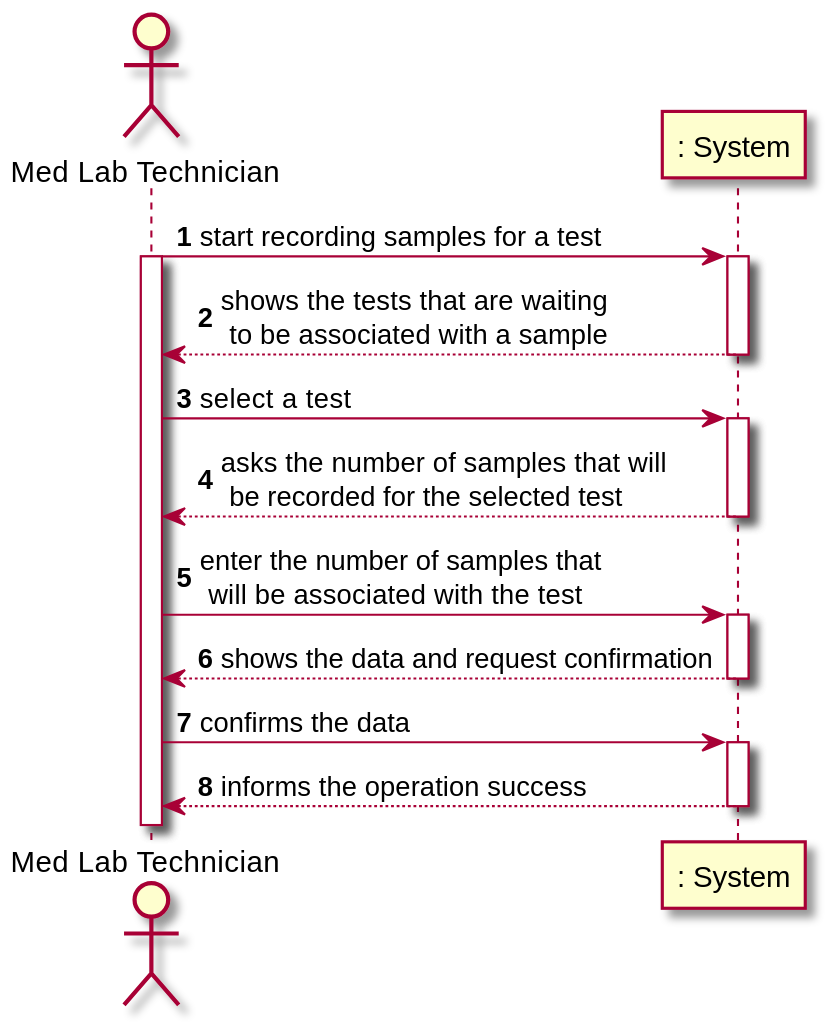
manu-07-ela/LAPR2_ISEP keeps this PlantUML diagram as docs/SprintD/SprintC/US05/US05_SSD.svg. Above is the earlier version.
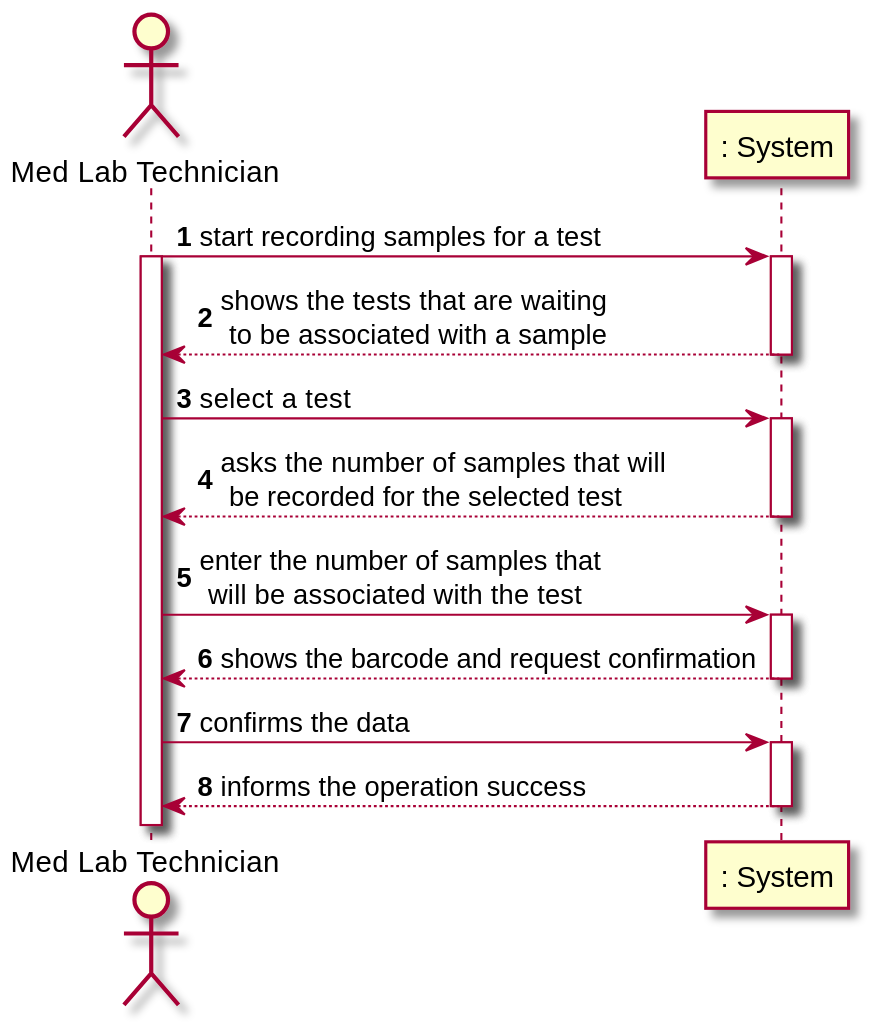
After the change.

Diff of the diagram source:
```diff
@@ -16,7 +16,7 @@
 deactivate SYSTEM
 MEDLAB ->SYSTEM : enter the number of samples that \n will be associated with the test
 activate SYSTEM
-SYSTEM --> MEDLAB : shows the data and request confirmation
+SYSTEM --> MEDLAB : shows the barcode and request confirmation
 deactivate SYSTEM
 MEDLAB -> SYSTEM : confirms the data
 activate SYSTEM
```
